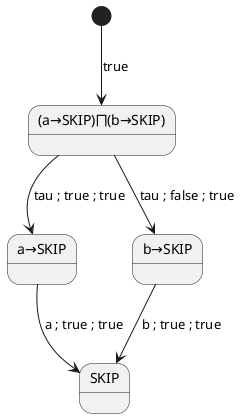
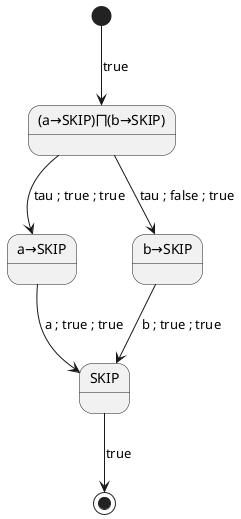
@startuml

state "(a→SKIP)⨅(b→SKIP)" as abint0
state "a→SKIP" as abint1
state "b→SKIP" as abint2
state "SKIP" as abint3

[*] --> abint0 : true
abint0 --> abint1 : tau ; true ; true
abint0 --> abint2 : tau ; false ; true
abint1 --> abint3 : a ; true ; true
abint2 --> abint3 : b ; true ; true
+ abint3 --> [*] : true

@enduml